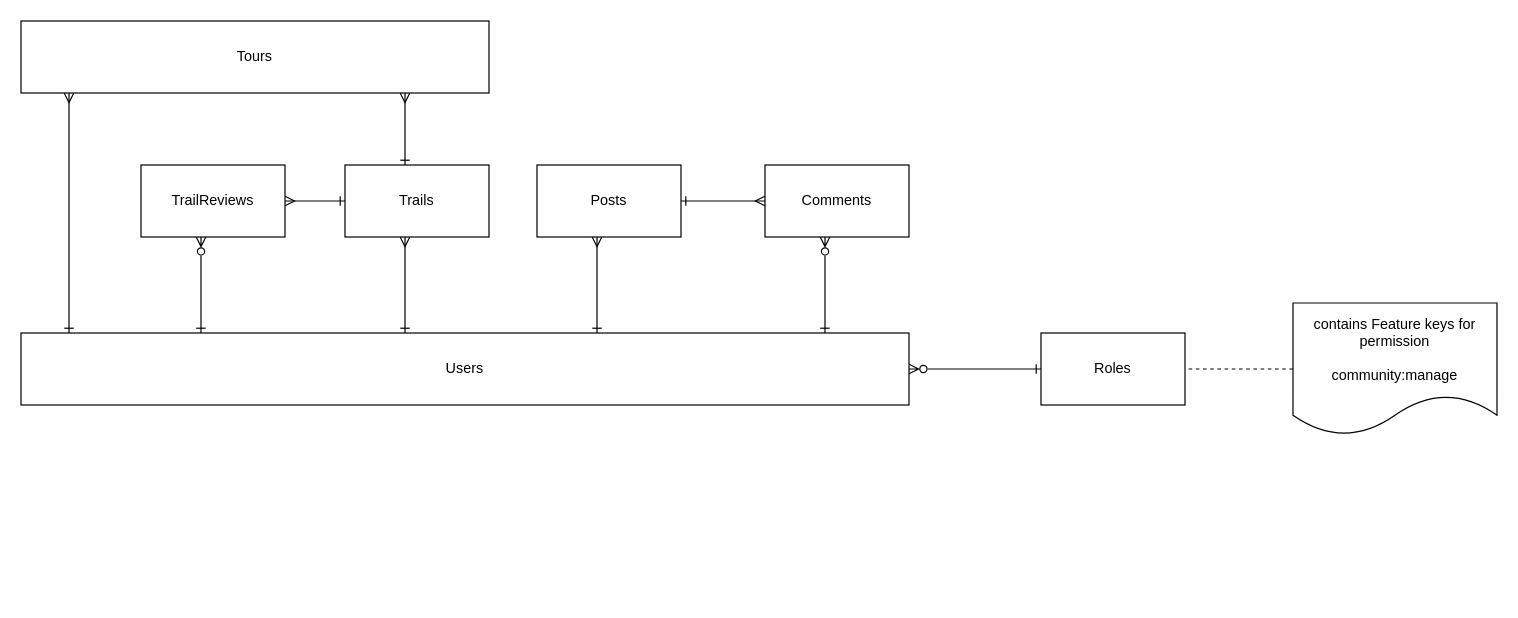
Before: page "Modeling" (2 of 3) of docs/draw/sentang.drawio in chavp/DataModeling, a draw.io diagram. Source tidied: cells renumbered, new cells numbered last; positions are measured from the earlier drawing's top-left corner, leaving out a move shared by most shapes. Both pictures are drawn from the tidied source at 120%, with x=0, y=0 at pixel (20, 20).
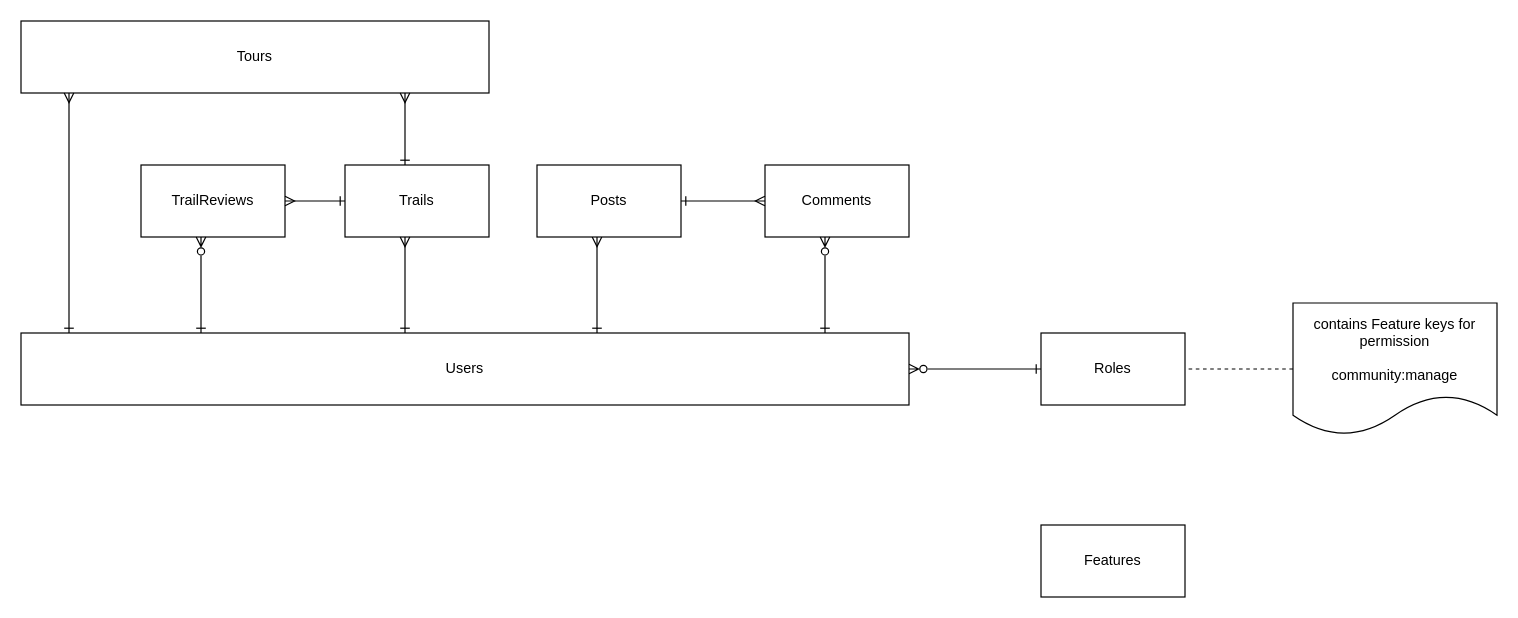
The same diagram, later.

The edit, as a diff of the source:
```diff
@@
+    <mxCell id="20" value="Features" style="rounded=0;whiteSpace=wrap;html=1;" parent="1" vertex="1">
+      <mxGeometry x="850" y="420" width="120" height="60" as="geometry" />
+    </mxCell>
```
